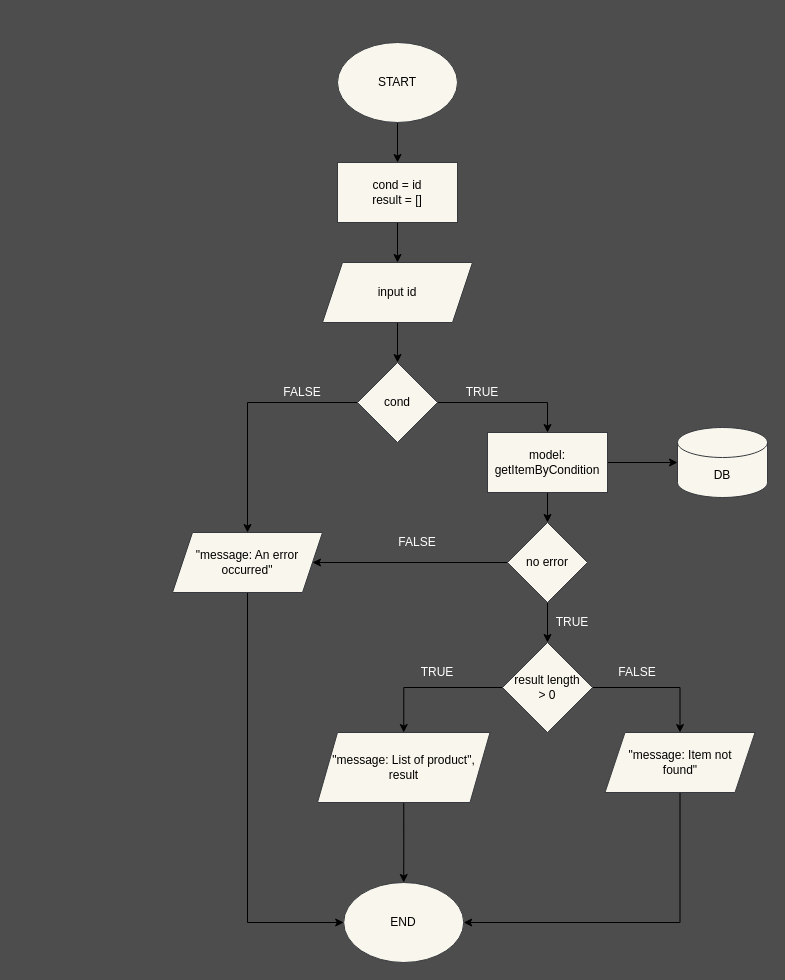
CUPAXX/b22-backend-beginner keeps this draw.io diagram as page "get item by condition" (2 of 8) of src/flowchart/flowchart.drawio. Above is the earlier version. Source tidied: cells renumbered, new cells numbered last; positions are measured from the earlier drawing's top-left corner, leaving out a move shared by most shapes. Both pictures are drawn from the tidied source at 100%, with x=0, y=0 at pixel (172, 42).
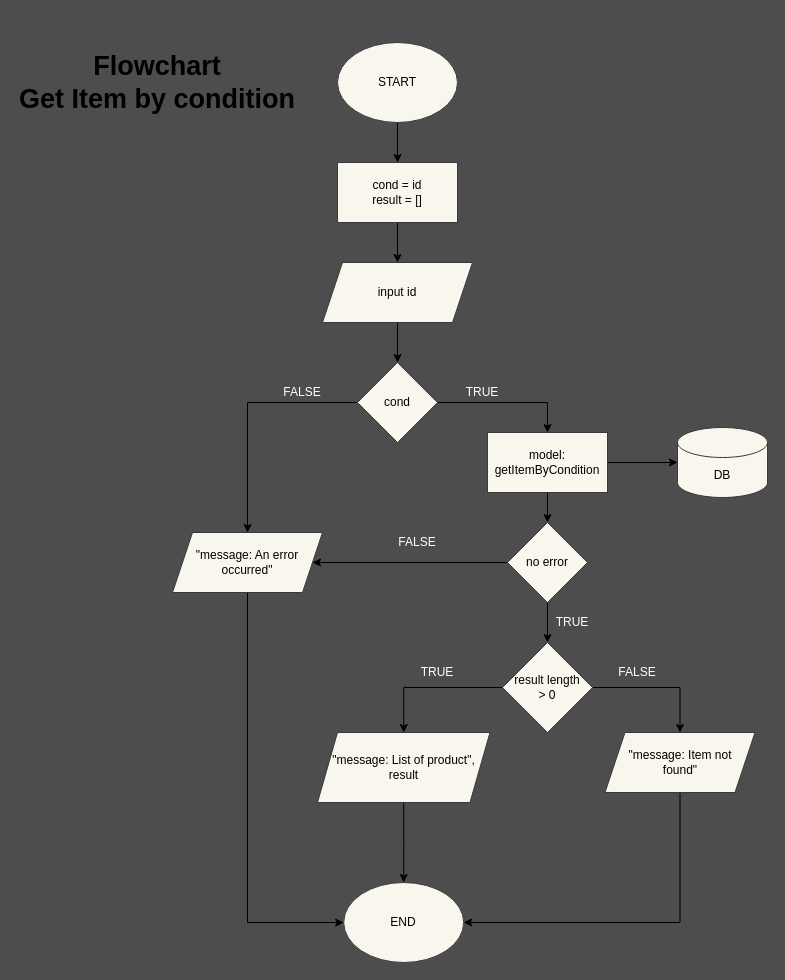
Above is the later version.

Change to the diagram source:
```diff
@@
+    <mxCell id="34" value="&lt;font style=&quot;font-size: 27px&quot;&gt;&lt;b&gt;Flowchart&lt;br&gt;Get Item by condition&lt;/b&gt;&lt;/font&gt;" style="text;html=1;strokeColor=none;fillColor=none;align=center;verticalAlign=middle;whiteSpace=wrap;rounded=0;" parent="1" vertex="1">
+      <mxGeometry x="-155" y="-25" width="280" height="130" as="geometry" />
+    </mxCell>
```
